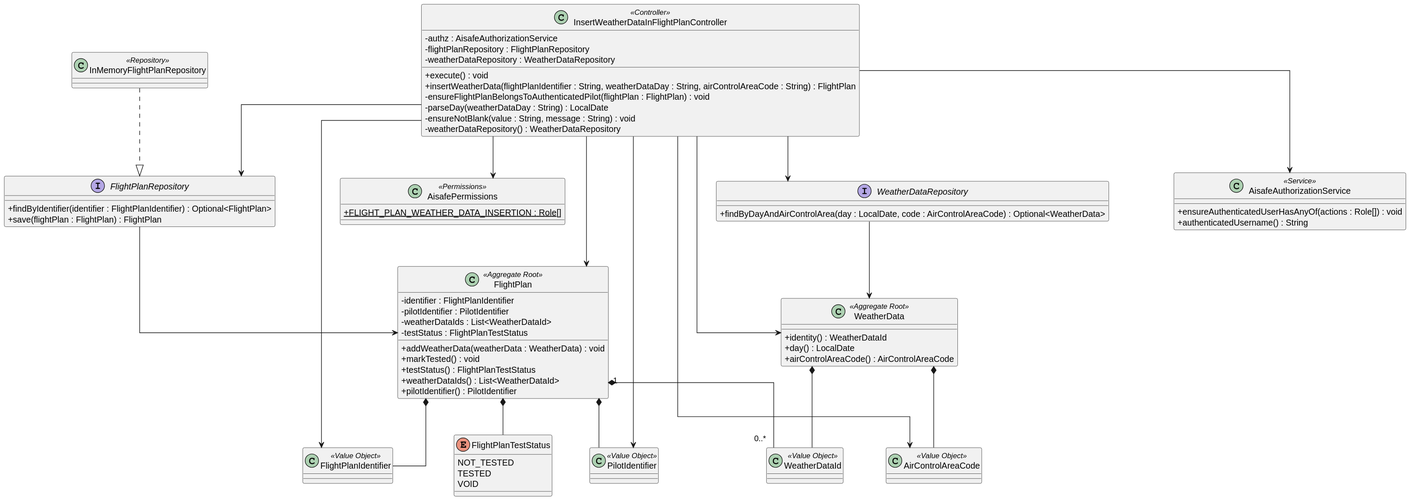
This is docs/us_82/class-diagram-82.svg from GustavoFerreira24/flight-management-platform, a PlantUML export, as it was before one commit. Source of this version:
```plantuml
@startuml
skinparam classAttributeIconSize 0
skinparam linetype ortho

class InsertWeatherDataInFlightPlanController <<Controller>> {
    - authz : AisafeAuthorizationService
    - flightPlanRepository : FlightPlanRepository
    - weatherDataRepository : WeatherDataRepository
    + execute() : void
    + insertWeatherData(flightPlanIdentifier : String, weatherDataDay : String, airControlAreaCode : String) : FlightPlan
    - ensureFlightPlanBelongsToAuthenticatedPilot(flightPlan : FlightPlan) : void
    - parseDay(weatherDataDay : String) : LocalDate
    - ensureNotBlank(value : String, message : String) : void
    - weatherDataRepository() : WeatherDataRepository
}

class AisafeAuthorizationService <<Service>> {
    + ensureAuthenticatedUserHasAnyOf(actions : Role[]) : void
    + authenticatedUsername() : String
}

class AisafePermissions <<Permissions>> {
    + {static} FLIGHT_PLAN_WEATHER_DATA_INSERTION : Role[]
}

interface FlightPlanRepository {
    + findByIdentifier(identifier : FlightPlanIdentifier) : Optional<FlightPlan>
    + save(flightPlan : FlightPlan) : FlightPlan
}

class InMemoryFlightPlanRepository <<Repository>>

interface WeatherDataRepository {
    + findByDayAndAirControlArea(day : LocalDate, code : AirControlAreaCode) : Optional<WeatherData>
}

class FlightPlan <<Aggregate Root>> {
    - identifier : FlightPlanIdentifier
    - pilotIdentifier : PilotIdentifier
    - weatherDataIds : List<WeatherDataId>
    - testStatus : FlightPlanTestStatus
    + addWeatherData(weatherData : WeatherData) : void
    + markTested() : void
    + testStatus() : FlightPlanTestStatus
    + weatherDataIds() : List<WeatherDataId>
    + pilotIdentifier() : PilotIdentifier
}

class FlightPlanIdentifier <<Value Object>>
class PilotIdentifier <<Value Object>>
enum FlightPlanTestStatus {
    NOT_TESTED
    TESTED
    VOID
}

class WeatherData <<Aggregate Root>> {
    + identity() : WeatherDataId
    + day() : LocalDate
    + airControlAreaCode() : AirControlAreaCode
}

class WeatherDataId <<Value Object>>
class AirControlAreaCode <<Value Object>>

InsertWeatherDataInFlightPlanController --> AisafeAuthorizationService
InsertWeatherDataInFlightPlanController --> AisafePermissions
InsertWeatherDataInFlightPlanController --> FlightPlanRepository
InsertWeatherDataInFlightPlanController --> WeatherDataRepository
InsertWeatherDataInFlightPlanController --> FlightPlanIdentifier
InsertWeatherDataInFlightPlanController --> PilotIdentifier
InsertWeatherDataInFlightPlanController --> AirControlAreaCode
InsertWeatherDataInFlightPlanController --> FlightPlan
InsertWeatherDataInFlightPlanController --> WeatherData

InMemoryFlightPlanRepository ..|> FlightPlanRepository
FlightPlanRepository --> FlightPlan
WeatherDataRepository --> WeatherData

FlightPlan *-- FlightPlanIdentifier
FlightPlan *-- PilotIdentifier
FlightPlan *-- FlightPlanTestStatus
FlightPlan "1" *-- "0..*" WeatherDataId
WeatherData *-- WeatherDataId
WeatherData *-- AirControlAreaCode
@enduml
```
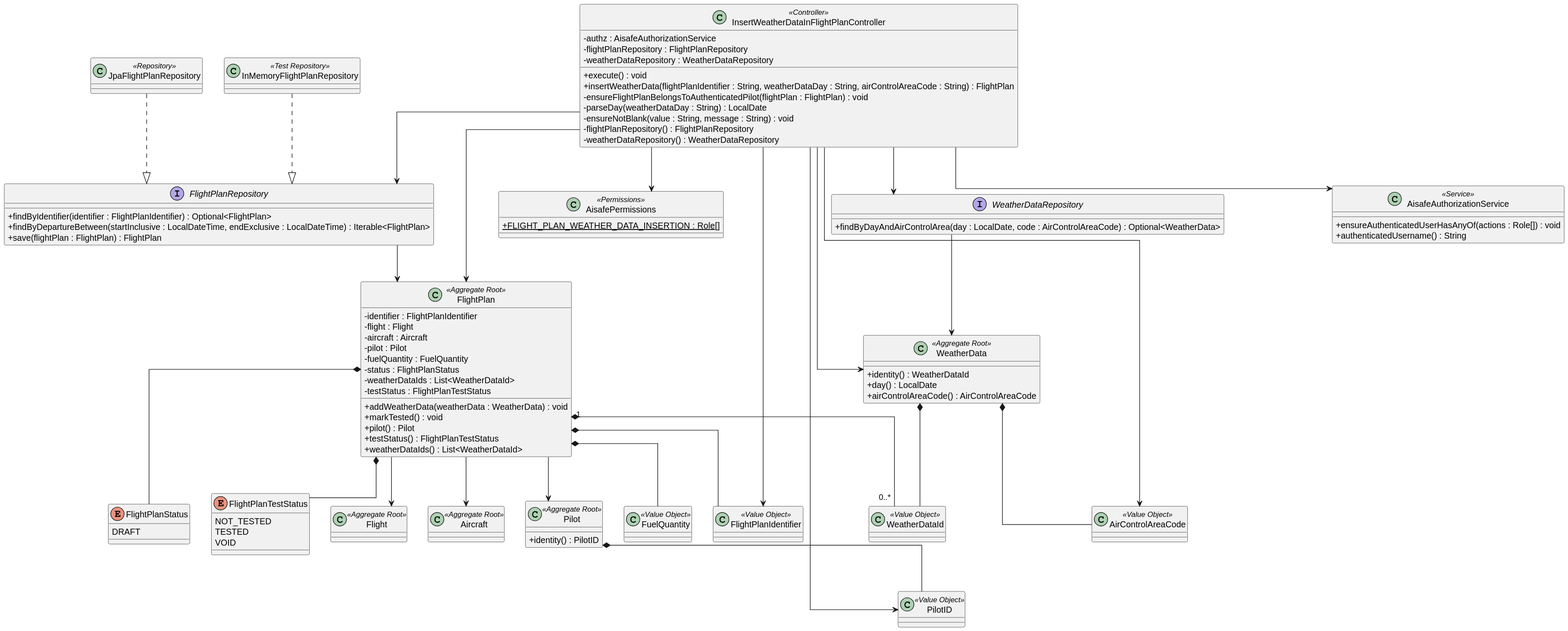
Later version of the same file.

Commit message:
US082 (Docs) - Refactor FlightPlan domain model: update relationships and add JpaFlightPlanRepository. Enhance README with new aggregate details and clarify dependencies. [#180]

Diff of the diagram source:
```diff
@@ -11,6 +11,7 @@
     - ensureFlightPlanBelongsToAuthenticatedPilot(flightPlan : FlightPlan) : void
     - parseDay(weatherDataDay : String) : LocalDate
     - ensureNotBlank(value : String, message : String) : void
+    - flightPlanRepository() : FlightPlanRepository
     - weatherDataRepository() : WeatherDataRepository
 }
 
@@ -25,10 +26,12 @@
 
 interface FlightPlanRepository {
     + findByIdentifier(identifier : FlightPlanIdentifier) : Optional<FlightPlan>
+    + findByDepartureBetween(startInclusive : LocalDateTime, endExclusive : LocalDateTime) : Iterable<FlightPlan>
     + save(flightPlan : FlightPlan) : FlightPlan
 }
 
-class InMemoryFlightPlanRepository <<Repository>>
+class InMemoryFlightPlanRepository <<Test Repository>>
+class JpaFlightPlanRepository <<Repository>>
 
 interface WeatherDataRepository {
     + findByDayAndAirControlArea(day : LocalDate, code : AirControlAreaCode) : Optional<WeatherData>
@@ -36,18 +39,31 @@
 
 class FlightPlan <<Aggregate Root>> {
     - identifier : FlightPlanIdentifier
-    - pilotIdentifier : PilotIdentifier
+    - flight : Flight
+    - aircraft : Aircraft
+    - pilot : Pilot
+    - fuelQuantity : FuelQuantity
+    - status : FlightPlanStatus
     - weatherDataIds : List<WeatherDataId>
     - testStatus : FlightPlanTestStatus
     + addWeatherData(weatherData : WeatherData) : void
     + markTested() : void
+    + pilot() : Pilot
     + testStatus() : FlightPlanTestStatus
     + weatherDataIds() : List<WeatherDataId>
-    + pilotIdentifier() : PilotIdentifier
 }
 
 class FlightPlanIdentifier <<Value Object>>
-class PilotIdentifier <<Value Object>>
+class Flight <<Aggregate Root>>
+class Aircraft <<Aggregate Root>>
+class Pilot <<Aggregate Root>> {
+    + identity() : PilotID
+}
+class PilotID <<Value Object>>
+class FuelQuantity <<Value Object>>
+enum FlightPlanStatus {
+    DRAFT
+}
 enum FlightPlanTestStatus {
     NOT_TESTED
     TESTED
@@ -68,19 +84,25 @@
 InsertWeatherDataInFlightPlanController --> FlightPlanRepository
 InsertWeatherDataInFlightPlanController --> WeatherDataRepository
 InsertWeatherDataInFlightPlanController --> FlightPlanIdentifier
-InsertWeatherDataInFlightPlanController --> PilotIdentifier
 InsertWeatherDataInFlightPlanController --> AirControlAreaCode
 InsertWeatherDataInFlightPlanController --> FlightPlan
 InsertWeatherDataInFlightPlanController --> WeatherData
+InsertWeatherDataInFlightPlanController --> PilotID
 
 InMemoryFlightPlanRepository ..|> FlightPlanRepository
+JpaFlightPlanRepository ..|> FlightPlanRepository
 FlightPlanRepository --> FlightPlan
 WeatherDataRepository --> WeatherData
 
 FlightPlan *-- FlightPlanIdentifier
-FlightPlan *-- PilotIdentifier
+FlightPlan --> Flight
+FlightPlan --> Aircraft
+FlightPlan --> Pilot
+FlightPlan *-- FuelQuantity
+FlightPlan *-- FlightPlanStatus
 FlightPlan *-- FlightPlanTestStatus
 FlightPlan "1" *-- "0..*" WeatherDataId
+Pilot *-- PilotID
 WeatherData *-- WeatherDataId
 WeatherData *-- AirControlAreaCode
 @enduml
```
